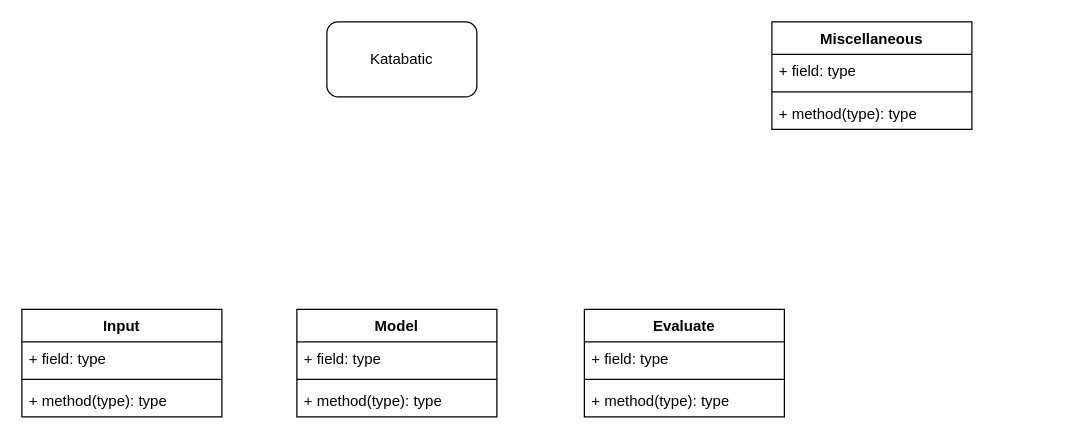
Before: Katabatic.drawio in dfatpnuk/katabatic, a draw.io diagram. Source tidied: cells renumbered, new cells numbered last; positions are measured from the earlier drawing's top-left corner, leaving out a move shared by most shapes. Both pictures are drawn from the tidied source at 125%, with x=0, y=0 at pixel (21, 21).
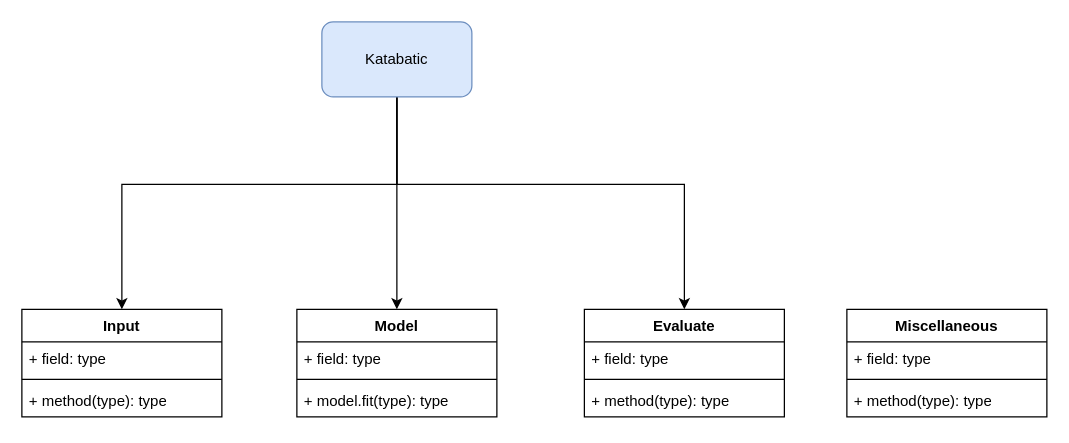
Above is the later version.

Unchanged cells that the change refers to:
```xml
<mxCell id="3" value="Model" style="swimlane;fontStyle=1;align=center;verticalAlign=top;horizontal=1;startSize=26;whiteSpace=wrap;html=1;" parent="1" vertex="1">
  <mxGeometry x="220" y="230" width="160" height="86" as="geometry" />
</mxCell>
<mxCell id="7" value="Evaluate" style="swimlane;fontStyle=1;align=center;verticalAlign=top;horizontal=1;startSize=26;whiteSpace=wrap;html=1;" parent="1" vertex="1">
  <mxGeometry x="450" y="230" width="160" height="86" as="geometry" />
</mxCell>
<mxCell id="11" value="Input" style="swimlane;fontStyle=1;align=center;verticalAlign=top;horizontal=1;startSize=26;whiteSpace=wrap;html=1;" parent="1" vertex="1">
  <mxGeometry y="230" width="160" height="86" as="geometry" />
</mxCell>
```

Change to the diagram source:
```diff
@@
+    <mxCell id="19" style="edgeStyle=orthogonalEdgeStyle;rounded=0;jettySize=auto;html=1;entryX=0.5;entryY=0;entryDx=0;entryDy=0;" parent="1" edge="1" source="2" target="3">
+      <mxGeometry relative="1" as="geometry" />
+    </mxCell>
+    <mxCell id="20" style="edgeStyle=orthogonalEdgeStyle;rounded=0;jettySize=auto;html=1;" parent="1" edge="1" source="2" target="11">
+      <mxGeometry relative="1" as="geometry">
+        <Array as="points">
+          <mxPoint x="300" y="130" />
+          <mxPoint x="80" y="130" />
+        </Array>
+      </mxGeometry>
+    </mxCell>
+    <mxCell id="21" style="edgeStyle=orthogonalEdgeStyle;rounded=0;jettySize=auto;html=1;entryX=0.5;entryY=0;entryDx=0;entryDy=0;" parent="1" edge="1" source="2" target="7">
+      <mxGeometry relative="1" as="geometry">
+        <Array as="points">
+          <mxPoint x="300" y="130" />
+          <mxPoint x="530" y="130" />
+        </Array>
+      </mxGeometry>
+    </mxCell>
-    <mxCell id="2" value="Katabatic" style="rounded=1;whiteSpace=wrap;html=1;" parent="1" vertex="1">
-      <mxGeometry x="244" width="120" height="60" as="geometry" />
+    <mxCell id="2" value="Katabatic" style="rounded=1;whiteSpace=wrap;html=1;fillColor=#dae8fc;strokeColor=#6c8ebf;" parent="1" vertex="1">
+      <mxGeometry x="240" width="120" height="60" as="geometry" />
     </mxCell>
@@
-    <mxCell id="6" value="+ method(type): type" style="text;strokeColor=none;fillColor=none;align=left;verticalAlign=top;spacingLeft=4;spacingRight=4;overflow=hidden;whiteSpace=wrap;html=1;" parent="3" vertex="1">
+    <mxCell id="6" value="+ model.fit(type): type" style="text;strokeColor=none;fillColor=none;align=left;verticalAlign=top;spacingLeft=4;spacingRight=4;overflow=hidden;whiteSpace=wrap;html=1;" parent="3" vertex="1">
       <mxGeometry y="60" width="160" height="26" as="geometry" />
     </mxCell>
@@
     <mxCell id="15" value="Miscellaneous" style="swimlane;fontStyle=1;align=center;verticalAlign=top;horizontal=1;startSize=26;whiteSpace=wrap;html=1;" parent="1" vertex="1">
-      <mxGeometry x="600" width="160" height="86" as="geometry" />
+      <mxGeometry x="660" y="230" width="160" height="86" as="geometry" />
     </mxCell>
```
